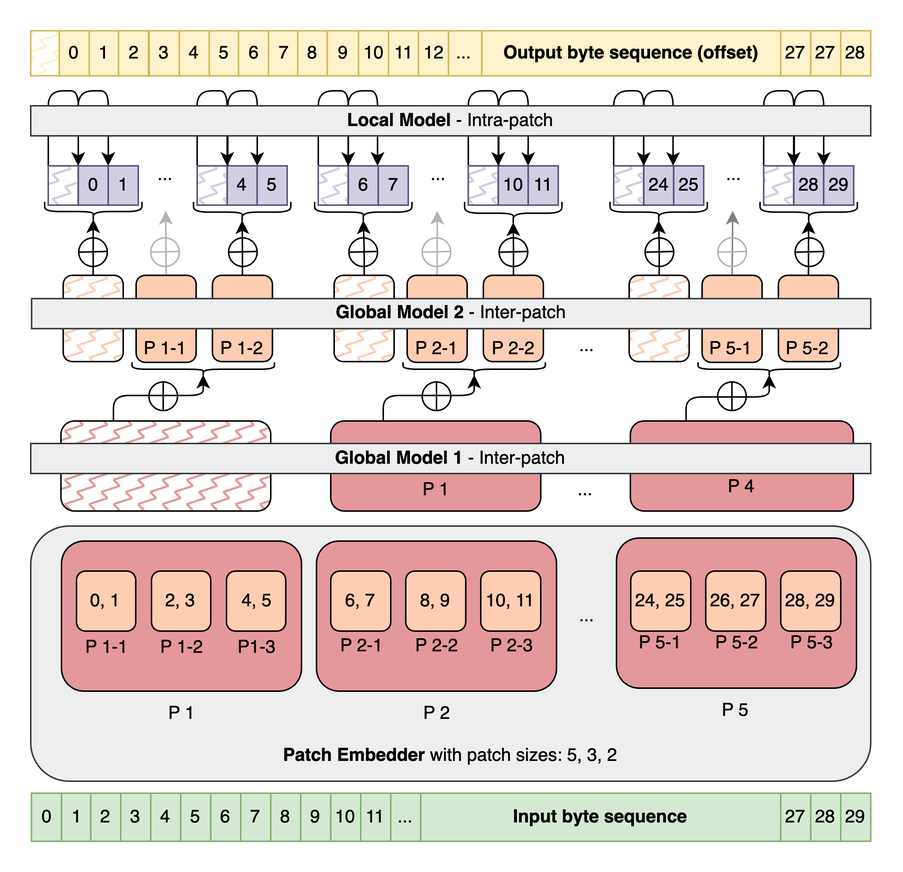
Earlier version of the draw.io export assets/mblm-lg.png (ai4sd/multiscale-byte-lm). Source tidied: cells renumbered, new cells last; positions are measured from the earlier drawing's top-left corner, leaving out a move shared by most shapes.
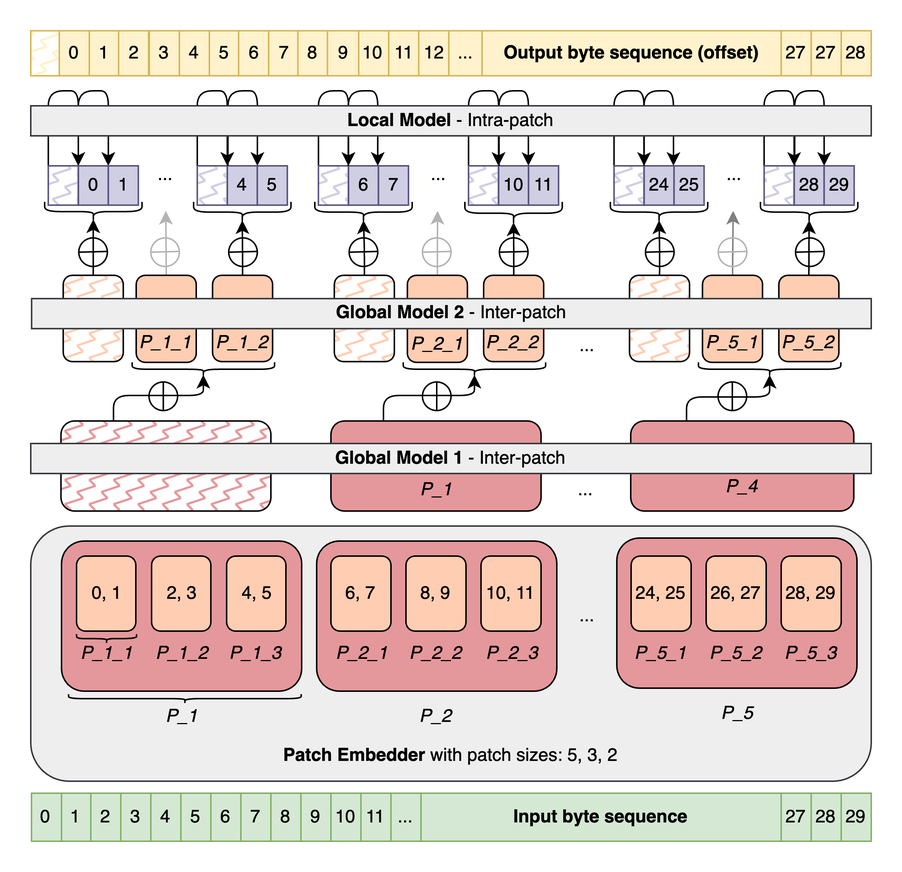
After the change.

Diff of the diagram source:
```diff
@@ -44,17 +44,17 @@
     <mxCell id="10" style="rounded=1;whiteSpace=wrap;html=1;fillColor=#e5989b;strokeColor=#000000;fontColor=#000000;" parent="1" vertex="1">
       <mxGeometry x="190.5" y="340" width="160" height="100" as="geometry" />
     </mxCell>
-    <mxCell id="11" value="P 1" style="text;strokeColor=none;align=center;fillColor=none;html=1;verticalAlign=middle;whiteSpace=wrap;rounded=0;fontColor=#000000;" parent="1" vertex="1">
-      <mxGeometry x="20.5" y="440" width="160" height="30" as="geometry" />
+    <mxCell id="11" value="P_1" style="text;strokeColor=none;align=center;fillColor=none;html=1;verticalAlign=middle;whiteSpace=wrap;rounded=0;fontColor=#000000;fontStyle=2;" parent="1" vertex="1">
+      <mxGeometry x="20.5" y="442" width="160" height="30" as="geometry" />
     </mxCell>
     <mxCell id="12" style="rounded=1;whiteSpace=wrap;html=1;fillColor=#e5989b;strokeColor=#000000;fontColor=#000000;" parent="1" vertex="1">
       <mxGeometry x="20.5" y="340" width="160" height="100" as="geometry" />
     </mxCell>
-    <mxCell id="13" value="P 2" style="text;strokeColor=none;align=center;fillColor=none;html=1;verticalAlign=middle;whiteSpace=wrap;rounded=0;fontColor=#000000;" parent="1" vertex="1">
-      <mxGeometry x="190.5" y="440" width="160" height="30" as="geometry" />
+    <mxCell id="13" value="P_2" style="text;strokeColor=none;align=center;fillColor=none;html=1;verticalAlign=middle;whiteSpace=wrap;rounded=0;fontColor=#000000;fontStyle=2;" parent="1" vertex="1">
+      <mxGeometry x="190.5" y="442" width="160" height="30" as="geometry" />
     </mxCell>
-    <mxCell id="14" value="P 5" style="text;strokeColor=none;align=center;fillColor=none;html=1;verticalAlign=middle;whiteSpace=wrap;rounded=0;fontColor=#000000;" parent="1" vertex="1">
-      <mxGeometry x="390.5" y="438" width="160" height="30" as="geometry" />
+    <mxCell id="14" value="P_5" style="text;strokeColor=none;align=center;fillColor=none;html=1;verticalAlign=middle;whiteSpace=wrap;rounded=0;fontColor=#000000;fontStyle=2;" parent="1" vertex="1">
+      <mxGeometry x="390.5" y="440" width="160" height="30" as="geometry" />
     </mxCell>
     <mxCell id="15" value="..." style="text;strokeColor=none;align=center;fillColor=none;html=1;verticalAlign=middle;whiteSpace=wrap;rounded=0;fontColor=#000000;" parent="1" vertex="1">
       <mxGeometry x="350.5" y="370" width="40" height="40" as="geometry" />
@@ -62,35 +62,35 @@
     <mxCell id="16" value="&lt;b&gt;Input byte sequence&lt;/b&gt;" style="text;html=1;strokeColor=none;fillColor=none;align=center;verticalAlign=middle;whiteSpace=wrap;rounded=0;fontColor=#000000;" parent="1" vertex="1">
       <mxGeometry x="260" y="508" width="240" height="32" as="geometry" />
     </mxCell>
-    <mxCell id="17" value="P 1-1" style="text;strokeColor=none;align=center;fillColor=none;html=1;verticalAlign=middle;whiteSpace=wrap;rounded=0;fontColor=#000000;" parent="1" vertex="1">
-      <mxGeometry x="30.5" y="401" width="40" height="20" as="geometry" />
+    <mxCell id="17" value="P_1_1" style="text;strokeColor=none;align=center;fillColor=none;html=1;verticalAlign=middle;whiteSpace=wrap;rounded=0;fontColor=#000000;fontStyle=2;" parent="1" vertex="1">
+      <mxGeometry x="30.5" y="405" width="40" height="20" as="geometry" />
     </mxCell>
-    <mxCell id="18" value="P 1-2" style="text;strokeColor=none;align=center;fillColor=none;html=1;verticalAlign=middle;whiteSpace=wrap;rounded=0;fontColor=#000000;" parent="1" vertex="1">
-      <mxGeometry x="80.5" y="401" width="40" height="20" as="geometry" />
+    <mxCell id="18" value="P_1_2" style="text;strokeColor=none;align=center;fillColor=none;html=1;verticalAlign=middle;whiteSpace=wrap;rounded=0;fontColor=#000000;fontStyle=2;" parent="1" vertex="1">
+      <mxGeometry x="80.5" y="405" width="40" height="20" as="geometry" />
     </mxCell>
-    <mxCell id="19" value="P1-3" style="text;strokeColor=none;align=center;fillColor=none;html=1;verticalAlign=middle;whiteSpace=wrap;rounded=0;fontColor=#000000;" parent="1" vertex="1">
-      <mxGeometry x="130.5" y="401" width="40" height="20" as="geometry" />
+    <mxCell id="19" value="P_1_3" style="text;strokeColor=none;align=center;fillColor=none;html=1;verticalAlign=middle;whiteSpace=wrap;rounded=0;fontColor=#000000;fontStyle=2;" parent="1" vertex="1">
+      <mxGeometry x="130" y="405" width="40" height="20" as="geometry" />
     </mxCell>
-    <mxCell id="20" value="P 2-1" style="text;strokeColor=none;align=center;fillColor=none;html=1;verticalAlign=middle;whiteSpace=wrap;rounded=0;fontColor=#000000;" parent="1" vertex="1">
-      <mxGeometry x="200.5" y="400" width="40" height="20" as="geometry" />
+    <mxCell id="20" value="P_2_1" style="text;strokeColor=none;align=center;fillColor=none;html=1;verticalAlign=middle;whiteSpace=wrap;rounded=0;fontColor=#000000;fontStyle=2;" parent="1" vertex="1">
+      <mxGeometry x="200.5" y="405" width="40" height="20" as="geometry" />
     </mxCell>
-    <mxCell id="21" value="P 2-2" style="text;strokeColor=none;align=center;fillColor=none;html=1;verticalAlign=middle;whiteSpace=wrap;rounded=0;fontColor=#000000;" parent="1" vertex="1">
-      <mxGeometry x="250.5" y="400" width="40" height="20" as="geometry" />
+    <mxCell id="21" value="P_2_2" style="text;strokeColor=none;align=center;fillColor=none;html=1;verticalAlign=middle;whiteSpace=wrap;rounded=0;fontColor=#000000;fontStyle=2;" parent="1" vertex="1">
+      <mxGeometry x="250.5" y="405" width="40" height="20" as="geometry" />
     </mxCell>
-    <mxCell id="22" value="P 2-3" style="text;strokeColor=none;align=center;fillColor=none;html=1;verticalAlign=middle;whiteSpace=wrap;rounded=0;fontColor=#000000;" parent="1" vertex="1">
-      <mxGeometry x="300.5" y="400" width="40" height="20" as="geometry" />
+    <mxCell id="22" value="P_2_3" style="text;strokeColor=none;align=center;fillColor=none;html=1;verticalAlign=middle;whiteSpace=wrap;rounded=0;fontColor=#000000;fontStyle=2;" parent="1" vertex="1">
+      <mxGeometry x="300.5" y="405" width="40" height="20" as="geometry" />
     </mxCell>
     <mxCell id="23" style="rounded=1;whiteSpace=wrap;html=1;fillColor=#e5989b;strokeColor=#000000;fontColor=#000000;" parent="1" vertex="1">
       <mxGeometry x="390.5" y="338" width="160" height="100" as="geometry" />
     </mxCell>
-    <mxCell id="24" value="P 5-1" style="text;strokeColor=none;align=center;fillColor=none;html=1;verticalAlign=middle;whiteSpace=wrap;rounded=0;fontColor=#000000;" parent="1" vertex="1">
-      <mxGeometry x="400.5" y="398" width="40" height="20" as="geometry" />
+    <mxCell id="24" value="P_5_1" style="text;strokeColor=none;align=center;fillColor=none;html=1;verticalAlign=middle;whiteSpace=wrap;rounded=0;fontColor=#000000;fontStyle=2;" parent="1" vertex="1">
+      <mxGeometry x="399.8" y="405" width="40" height="20" as="geometry" />
     </mxCell>
-    <mxCell id="25" value="P 5-2" style="text;strokeColor=none;align=center;fillColor=none;html=1;verticalAlign=middle;whiteSpace=wrap;rounded=0;fontColor=#000000;" parent="1" vertex="1">
-      <mxGeometry x="450.5" y="398" width="40" height="20" as="geometry" />
+    <mxCell id="25" value="P_5_2" style="text;strokeColor=none;align=center;fillColor=none;html=1;verticalAlign=middle;whiteSpace=wrap;rounded=0;fontColor=#000000;fontStyle=2;" parent="1" vertex="1">
+      <mxGeometry x="450.2" y="405" width="40" height="20" as="geometry" />
     </mxCell>
-    <mxCell id="26" value="P 5-3" style="text;strokeColor=none;align=center;fillColor=none;html=1;verticalAlign=middle;whiteSpace=wrap;rounded=0;fontColor=#000000;" parent="1" vertex="1">
-      <mxGeometry x="500.5" y="398" width="40" height="20" as="geometry" />
+    <mxCell id="26" value="P_5_3" style="text;strokeColor=none;align=center;fillColor=none;html=1;verticalAlign=middle;whiteSpace=wrap;rounded=0;fontColor=#000000;fontStyle=2;" parent="1" vertex="1">
+      <mxGeometry x="499.8" y="405" width="40" height="20" as="geometry" />
     </mxCell>
     <mxCell id="27" value="&lt;font color=&quot;#000000&quot;&gt;&lt;b&gt;Global Model 1&lt;/b&gt; - Inter-patch&lt;/font&gt;" style="rounded=0;whiteSpace=wrap;html=1;labelBackgroundColor=none;fillColor=#eeeeee;strokeColor=#36393d;" parent="1" vertex="1">
       <mxGeometry y="275" width="560" height="20" as="geometry" />
@@ -115,16 +115,16 @@
     <mxCell id="33" style="rounded=1;whiteSpace=wrap;html=1;fillColor=#ffcdb2;strokeColor=#000000;fontColor=#000000;" parent="1" vertex="1">
       <mxGeometry x="70.3" y="163" width="40" height="58" as="geometry" />
     </mxCell>
-    <mxCell id="34" value="P 1-1" style="text;strokeColor=none;align=center;fillColor=none;html=1;verticalAlign=middle;whiteSpace=wrap;rounded=0;fontColor=#000000;" parent="1" vertex="1">
-      <mxGeometry x="70.1" y="203" width="40" height="18.7" as="geometry" />
+    <mxCell id="34" value="P_1_1" style="text;strokeColor=none;align=center;fillColor=none;html=1;verticalAlign=middle;whiteSpace=wrap;rounded=0;fontColor=#000000;fontStyle=2;" parent="1" vertex="1">
+      <mxGeometry x="70.3" y="199" width="40" height="18.7" as="geometry" />
     </mxCell>
-    <mxCell id="35" value="P 1-2" style="text;strokeColor=none;align=center;fillColor=none;html=1;verticalAlign=middle;whiteSpace=wrap;rounded=0;fontColor=#000000;" parent="1" vertex="1">
-      <mxGeometry x="121.1" y="203" width="40" height="17.5" as="geometry" />
+    <mxCell id="35" value="P_1_2" style="text;strokeColor=none;align=center;fillColor=none;html=1;verticalAlign=middle;whiteSpace=wrap;rounded=0;fontColor=#000000;fontStyle=2;" parent="1" vertex="1">
+      <mxGeometry x="120.9" y="199.6" width="40" height="17.5" as="geometry" />
     </mxCell>
-    <mxCell id="36" value="P 1" style="text;strokeColor=none;align=center;fillColor=none;html=1;verticalAlign=middle;whiteSpace=wrap;rounded=0;fontColor=#000000;" parent="1" vertex="1">
+    <mxCell id="36" value="P_1" style="text;strokeColor=none;align=center;fillColor=none;html=1;verticalAlign=middle;whiteSpace=wrap;rounded=0;fontColor=#000000;fontStyle=2;" parent="1" vertex="1">
       <mxGeometry x="199" y="292" width="143" height="28" as="geometry" />
     </mxCell>
-    <mxCell id="37" value="P 4" style="text;strokeColor=none;align=center;fillColor=none;html=1;verticalAlign=middle;whiteSpace=wrap;rounded=0;fontColor=#000000;" parent="1" vertex="1">
+    <mxCell id="37" value="P_4" style="text;strokeColor=none;align=center;fillColor=none;html=1;verticalAlign=middle;whiteSpace=wrap;rounded=0;fontColor=#000000;fontStyle=2;" parent="1" vertex="1">
       <mxGeometry x="400" y="290" width="148" height="28" as="geometry" />
     </mxCell>
     <mxCell id="38" value="0" style="rounded=0;whiteSpace=wrap;html=1;fillColor=#d5e8d4;strokeColor=#82b366;fontColor=#000000;" parent="1" vertex="1">
@@ -176,31 +176,31 @@
       <mxGeometry x="349.9" y="294.5" width="40" height="23" as="geometry" />
     </mxCell>
     <mxCell id="54" value="0, 1" style="rounded=1;whiteSpace=wrap;html=1;fillColor=#FFCDB2;strokeColor=#000000;fontColor=#000000;" parent="1" vertex="1">
-      <mxGeometry x="30.5" y="360" width="39.5" height="40" as="geometry" />
+      <mxGeometry x="30.5" y="350" width="39.5" height="50" as="geometry" />
     </mxCell>
     <mxCell id="55" value="2, 3" style="rounded=1;whiteSpace=wrap;html=1;fillColor=#FFCDB2;strokeColor=#000000;fontColor=#000000;" parent="1" vertex="1">
-      <mxGeometry x="80.5" y="360" width="39.5" height="40" as="geometry" />
+      <mxGeometry x="80.5" y="350" width="39.5" height="50" as="geometry" />
     </mxCell>
     <mxCell id="56" value="4, 5" style="rounded=1;whiteSpace=wrap;html=1;fillColor=#FFCDB2;strokeColor=#000000;fontColor=#000000;" parent="1" vertex="1">
-      <mxGeometry x="130.5" y="360" width="39.5" height="40" as="geometry" />
+      <mxGeometry x="130.5" y="350" width="39.5" height="50" as="geometry" />
     </mxCell>
     <mxCell id="57" value="6, 7" style="rounded=1;whiteSpace=wrap;html=1;fillColor=#FFCDB2;strokeColor=#000000;fontColor=#000000;" parent="1" vertex="1">
-      <mxGeometry x="200" y="360" width="40" height="40" as="geometry" />
+      <mxGeometry x="200" y="350" width="40" height="50" as="geometry" />
     </mxCell>
     <mxCell id="58" value="8, 9" style="rounded=1;whiteSpace=wrap;html=1;fillColor=#FFCDB2;strokeColor=#000000;fontColor=#000000;" parent="1" vertex="1">
-      <mxGeometry x="250" y="360" width="40" height="40" as="geometry" />
+      <mxGeometry x="250" y="350" width="40" height="50" as="geometry" />
     </mxCell>
     <mxCell id="59" value="10, 11" style="rounded=1;whiteSpace=wrap;html=1;fillColor=#FFCDB2;strokeColor=#000000;fontColor=#000000;" parent="1" vertex="1">
-      <mxGeometry x="300" y="360" width="40" height="40" as="geometry" />
+      <mxGeometry x="300" y="350" width="40" height="50" as="geometry" />
     </mxCell>
     <mxCell id="60" value="24, 25" style="rounded=1;whiteSpace=wrap;html=1;fillColor=#FFCDB2;strokeColor=#000000;fontColor=#000000;" parent="1" vertex="1">
-      <mxGeometry x="400" y="360" width="40" height="40" as="geometry" />
+      <mxGeometry x="400" y="350" width="40" height="50" as="geometry" />
     </mxCell>
     <mxCell id="61" value="26, 27" style="rounded=1;whiteSpace=wrap;html=1;fillColor=#FFCDB2;strokeColor=#000000;fontColor=#000000;" parent="1" vertex="1">
-      <mxGeometry x="450" y="360" width="40" height="40" as="geometry" />
+      <mxGeometry x="450" y="350" width="40" height="50" as="geometry" />
     </mxCell>
     <mxCell id="62" value="28, 29" style="rounded=1;whiteSpace=wrap;html=1;fillColor=#FFCDB2;strokeColor=#000000;fontColor=#000000;" parent="1" vertex="1">
-      <mxGeometry x="500" y="360" width="40" height="40" as="geometry" />
+      <mxGeometry x="500" y="350" width="40" height="50" as="geometry" />
     </mxCell>
     <mxCell id="63" value="&lt;b&gt;Patch Embedder &lt;/b&gt;with p&lt;span style=&quot;&quot;&gt;atch sizes: 5, 3, 2&lt;/span&gt;" style="text;html=1;strokeColor=none;fillColor=none;align=center;verticalAlign=middle;whiteSpace=wrap;rounded=0;fontColor=#000000;" parent="1" vertex="1">
       <mxGeometry y="468" width="560" height="30" as="geometry" />
@@ -228,11 +228,11 @@
     <mxCell id="70" style="rounded=1;whiteSpace=wrap;html=1;fillColor=#ffcdb2;strokeColor=#000000;fontColor=#000000;" parent="1" vertex="1">
       <mxGeometry x="250.9" y="163" width="40" height="58" as="geometry" />
     </mxCell>
-    <mxCell id="71" value="P 2-1" style="text;strokeColor=none;align=center;fillColor=none;html=1;verticalAlign=middle;whiteSpace=wrap;rounded=0;fontColor=#000000;" parent="1" vertex="1">
-      <mxGeometry x="250.8" y="203" width="40" height="18.7" as="geometry" />
+    <mxCell id="71" value="P_2_1" style="text;strokeColor=none;align=center;fillColor=none;html=1;verticalAlign=middle;whiteSpace=wrap;rounded=0;fontColor=#000000;fontStyle=2;" parent="1" vertex="1">
+      <mxGeometry x="251" y="199.6" width="40" height="18.7" as="geometry" />
     </mxCell>
-    <mxCell id="72" value="P 2-2" style="text;strokeColor=none;align=center;fillColor=none;html=1;verticalAlign=middle;whiteSpace=wrap;rounded=0;fontColor=#000000;" parent="1" vertex="1">
-      <mxGeometry x="301.8" y="203" width="40" height="17.5" as="geometry" />
+    <mxCell id="72" value="P_2_2" style="text;strokeColor=none;align=center;fillColor=none;html=1;verticalAlign=middle;whiteSpace=wrap;rounded=0;fontColor=#000000;fontStyle=2;" parent="1" vertex="1">
+      <mxGeometry x="301.8" y="199.6" width="38.2" height="17.5" as="geometry" />
     </mxCell>
     <mxCell id="73" style="shape=curlyBracket;whiteSpace=wrap;html=1;rounded=1;flipH=1;labelPosition=right;verticalLabelPosition=middle;align=left;verticalAlign=middle;fontColor=#000000;strokeColor=#000000;rotation=90;" parent="1" vertex="1">
       <mxGeometry x="291" y="178.1" width="9.3" height="94.9" as="geometry" />
@@ -257,11 +257,11 @@
     <mxCell id="79" style="rounded=1;whiteSpace=wrap;html=1;fillColor=#ffcdb2;strokeColor=#000000;fontColor=#000000;" parent="1" vertex="1">
       <mxGeometry x="447.6" y="163" width="40" height="58" as="geometry" />
     </mxCell>
-    <mxCell id="80" value="P 5-1" style="text;strokeColor=none;align=center;fillColor=none;html=1;verticalAlign=middle;whiteSpace=wrap;rounded=0;fontColor=#000000;" parent="1" vertex="1">
-      <mxGeometry x="447.5" y="203" width="40" height="18.7" as="geometry" />
+    <mxCell id="80" value="P_5_1" style="text;strokeColor=none;align=center;fillColor=none;html=1;verticalAlign=middle;whiteSpace=wrap;rounded=0;fontColor=#000000;fontStyle=2;" parent="1" vertex="1">
+      <mxGeometry x="448.3" y="198.9" width="38.6" height="18.7" as="geometry" />
     </mxCell>
-    <mxCell id="81" value="P 5-2" style="text;strokeColor=none;align=center;fillColor=none;html=1;verticalAlign=middle;whiteSpace=wrap;rounded=0;fontColor=#000000;" parent="1" vertex="1">
-      <mxGeometry x="498.5" y="203" width="40" height="17.5" as="geometry" />
+    <mxCell id="81" value="P_5_2" style="text;strokeColor=none;align=center;fillColor=none;html=1;verticalAlign=middle;whiteSpace=wrap;rounded=0;fontColor=#000000;fontStyle=2;" parent="1" vertex="1">
+      <mxGeometry x="498.5" y="199.6" width="40" height="17.5" as="geometry" />
     </mxCell>
     <mxCell id="82" style="shape=curlyBracket;whiteSpace=wrap;html=1;rounded=1;flipH=1;labelPosition=right;verticalLabelPosition=middle;align=left;verticalAlign=middle;fontColor=#000000;strokeColor=#000000;rotation=90;" parent="1" vertex="1">
       <mxGeometry x="487.7" y="178.1" width="9.3" height="94.9" as="geometry" />
@@ -648,5 +648,11 @@
     <mxCell id="170" value="&lt;font color=&quot;#000000&quot;&gt;&lt;b&gt;Local Model&lt;/b&gt; - Intra-patch&lt;br&gt;&lt;/font&gt;" style="rounded=0;whiteSpace=wrap;html=1;labelBackgroundColor=none;strokeColor=#36393d;fillColor=#eeeeee;" parent="1" vertex="1">
       <mxGeometry y="50" width="560" height="20" as="geometry" />
     </mxCell>
+    <mxCell id="171" style="shape=curlyBracket;whiteSpace=wrap;html=1;rounded=1;flipH=1;labelPosition=right;verticalLabelPosition=middle;align=left;verticalAlign=middle;fontColor=#000000;strokeColor=#000000;rotation=90;" parent="1" vertex="1">
+      <mxGeometry x="47.5" y="385" width="6" height="40" as="geometry" />
+    </mxCell>
+    <mxCell id="172" style="shape=curlyBracket;whiteSpace=wrap;html=1;rounded=1;flipH=1;labelPosition=right;verticalLabelPosition=middle;align=left;verticalAlign=middle;fontColor=#000000;strokeColor=#000000;rotation=90;" parent="1" vertex="1">
+      <mxGeometry x="99.7" y="367.5" width="6" height="155" as="geometry" />
+    </mxCell>
   </root>
 </mxGraphModel>
```
